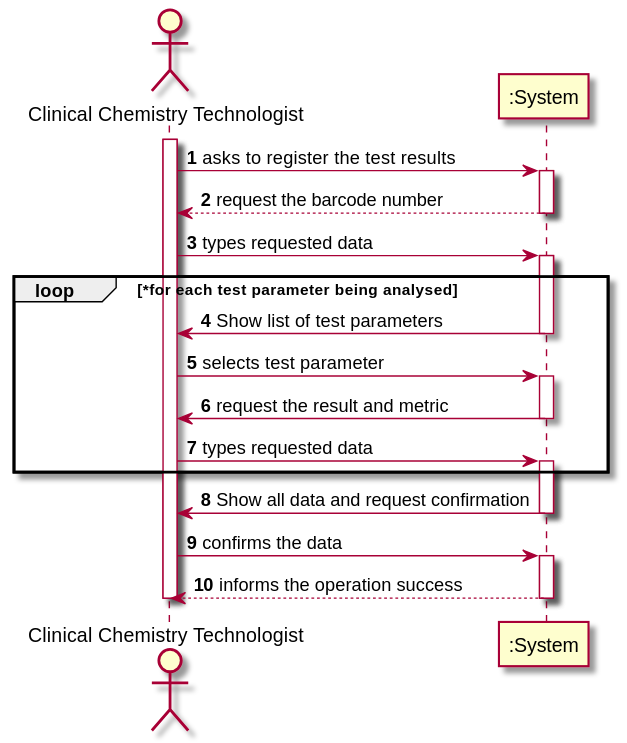
Before: docs/SprintC/US12/US12_SSD.svg, a diagram exported from PlantUML (manu-07-ela/LAPR2_ISEP).
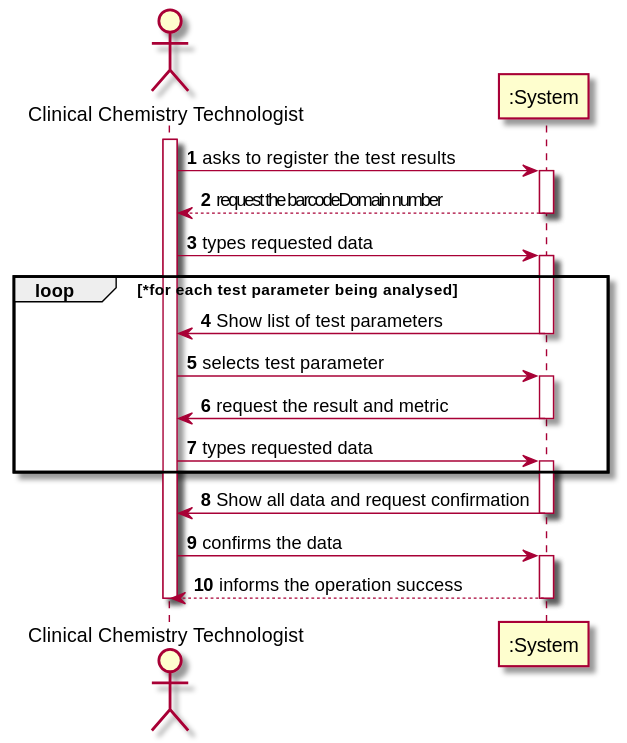
The same diagram one commit later.

The edit, as a diff of the source:
```diff
@@ -5,7 +5,7 @@
 activate CCT
 CCT -> ":System" : asks to register the test results
 activate ":System"
-":System" --> CCT : request the barcode number
+":System" --> CCT : request the barcodeDomain number
 deactivate ":System"
 CCT -> ":System" : types requested data
 activate ":System"
```
